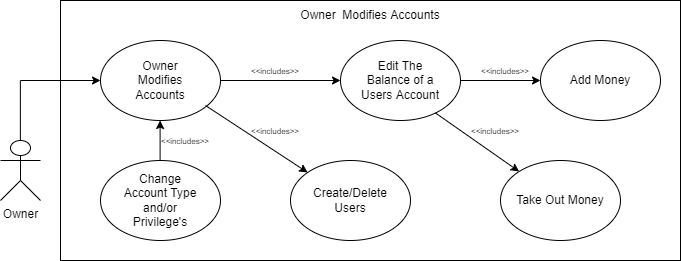
Above: documentation/diagrams/OwnerModifiesAccounts.png in davevstorey/9-usu-cs3450-sp2022 (draw.io), before the change. Source tidied: cells renumbered, new cells last; positions are measured from the earlier drawing's top-left corner, leaving out a move shared by most shapes. Its diagram source:
```xml
<mxGraphModel>
  <root>
    <mxCell id="0" />
    <mxCell id="1" parent="0" />
    <mxCell id="2" value="Owner" style="shape=umlActor;verticalLabelPosition=bottom;verticalAlign=top;html=1;" parent="1" vertex="1">
      <mxGeometry y="140" width="40" height="60" as="geometry" />
    </mxCell>
    <mxCell id="3" style="endArrow=none;html=1;rounded=0;" parent="1" edge="1">
      <mxGeometry relative="1" as="geometry">
        <mxPoint x="19.9" y="140" as="sourcePoint" />
        <mxPoint x="19.9" y="80" as="targetPoint" />
      </mxGeometry>
    </mxCell>
    <mxCell id="4" style="endArrow=classic;html=1;rounded=0;" parent="1" edge="1">
      <mxGeometry relative="1" as="geometry">
        <mxPoint x="20" y="80" as="sourcePoint" />
        <mxPoint x="100" y="80" as="targetPoint" />
      </mxGeometry>
    </mxCell>
    <mxCell id="5" style="ellipse;whiteSpace=wrap;html=1;fillColor=none;" parent="1" vertex="1">
      <mxGeometry x="100" y="40" width="120" height="80" as="geometry" />
    </mxCell>
    <mxCell id="6" value="Owner Modifies Accounts" style="text;html=1;strokeColor=none;fillColor=none;align=center;verticalAlign=middle;whiteSpace=wrap;rounded=0;" parent="1" vertex="1">
      <mxGeometry x="130" y="65" width="60" height="30" as="geometry" />
    </mxCell>
    <mxCell id="7" style="ellipse;whiteSpace=wrap;html=1;fillColor=none;" parent="1" vertex="1">
      <mxGeometry x="100" y="160" width="120" height="80" as="geometry" />
    </mxCell>
    <mxCell id="8" value="Change Account Type and/or Privilege's" style="text;html=1;strokeColor=none;fillColor=none;align=center;verticalAlign=middle;whiteSpace=wrap;rounded=0;" parent="1" vertex="1">
      <mxGeometry x="115" y="185" width="90" height="30" as="geometry" />
    </mxCell>
    <mxCell id="9" style="ellipse;whiteSpace=wrap;html=1;fillColor=none;" parent="1" vertex="1">
      <mxGeometry x="290" y="160" width="120" height="80" as="geometry" />
    </mxCell>
    <mxCell id="10" value="Create/Delete Users" style="text;html=1;strokeColor=none;fillColor=none;align=center;verticalAlign=middle;whiteSpace=wrap;rounded=0;" parent="1" vertex="1">
      <mxGeometry x="305" y="180" width="90" height="40" as="geometry" />
    </mxCell>
    <mxCell id="11" style="ellipse;whiteSpace=wrap;html=1;fillColor=none;" parent="1" vertex="1">
      <mxGeometry x="540" y="40" width="120" height="80" as="geometry" />
    </mxCell>
    <mxCell id="12" style="ellipse;whiteSpace=wrap;html=1;fillColor=none;" parent="1" vertex="1">
      <mxGeometry x="340" y="40" width="120" height="80" as="geometry" />
    </mxCell>
    <mxCell id="13" value="Add Money" style="text;html=1;strokeColor=none;fillColor=none;align=center;verticalAlign=middle;whiteSpace=wrap;rounded=0;" parent="1" vertex="1">
      <mxGeometry x="555" y="55" width="90" height="50" as="geometry" />
    </mxCell>
    <mxCell id="14" value="Edit The Balance of a Users Account" style="text;html=1;strokeColor=none;fillColor=none;align=center;verticalAlign=middle;whiteSpace=wrap;rounded=0;" parent="1" vertex="1">
      <mxGeometry x="355" y="55" width="90" height="50" as="geometry" />
    </mxCell>
    <mxCell id="15" style="endArrow=classic;html=1;rounded=0;jumpStyle=none;" parent="1" edge="1">
      <mxGeometry relative="1" as="geometry">
        <mxPoint x="159.6" y="160" as="sourcePoint" />
        <mxPoint x="159.6" y="120" as="targetPoint" />
      </mxGeometry>
    </mxCell>
    <mxCell id="16" style="endArrow=classic;html=1;rounded=0;exitX=1;exitY=0.5;exitDx=0;exitDy=0;" parent="1" edge="1" source="5" target="12">
      <mxGeometry relative="1" as="geometry" />
    </mxCell>
    <mxCell id="17" value="&lt;font style=&quot;font-size: 8px&quot;&gt;&amp;lt;&amp;lt;includes&amp;gt;&amp;gt;&lt;/font&gt;" style="text;html=1;strokeColor=none;fillColor=none;align=center;verticalAlign=middle;whiteSpace=wrap;rounded=0;" parent="1" vertex="1">
      <mxGeometry x="150" y="130" width="70" height="20" as="geometry" />
    </mxCell>
    <mxCell id="18" value="&lt;font style=&quot;font-size: 8px&quot;&gt;&amp;lt;&amp;lt;includes&amp;gt;&amp;gt;&lt;/font&gt;" style="text;html=1;strokeColor=none;fillColor=none;align=center;verticalAlign=middle;whiteSpace=wrap;rounded=0;" parent="1" vertex="1">
      <mxGeometry x="240" y="60" width="70" height="20" as="geometry" />
    </mxCell>
    <mxCell id="19" style="endArrow=classic;html=1;rounded=0;fontSize=8;jumpStyle=none;" parent="1" edge="1" target="9">
      <mxGeometry relative="1" as="geometry">
        <mxPoint x="205" y="105" as="sourcePoint" />
      </mxGeometry>
    </mxCell>
    <mxCell id="20" value="&lt;font style=&quot;font-size: 8px&quot;&gt;&amp;lt;&amp;lt;includes&amp;gt;&amp;gt;&lt;/font&gt;" style="text;html=1;strokeColor=none;fillColor=none;align=center;verticalAlign=middle;whiteSpace=wrap;rounded=0;" parent="1" vertex="1">
      <mxGeometry x="240" y="120" width="70" height="20" as="geometry" />
    </mxCell>
    <mxCell id="21" style="ellipse;whiteSpace=wrap;html=1;fillColor=none;" parent="1" vertex="1">
      <mxGeometry x="500" y="160" width="120" height="80" as="geometry" />
    </mxCell>
    <mxCell id="22" value="Take Out Money" style="text;html=1;strokeColor=none;fillColor=none;align=center;verticalAlign=middle;whiteSpace=wrap;rounded=0;" parent="1" vertex="1">
      <mxGeometry x="515" y="175" width="90" height="50" as="geometry" />
    </mxCell>
    <mxCell id="23" style="endArrow=classic;html=1;rounded=0;fontSize=8;jumpStyle=none;" parent="1" edge="1" target="21">
      <mxGeometry relative="1" as="geometry">
        <mxPoint x="435" y="112.5" as="sourcePoint" />
      </mxGeometry>
    </mxCell>
    <mxCell id="24" style="endArrow=classic;html=1;rounded=0;exitX=1;exitY=0.5;exitDx=0;exitDy=0;entryX=0;entryY=0.5;entryDx=0;entryDy=0;" parent="1" edge="1" target="11">
      <mxGeometry relative="1" as="geometry">
        <mxPoint x="460" y="80" as="sourcePoint" />
      </mxGeometry>
    </mxCell>
    <mxCell id="25" value="&lt;font style=&quot;font-size: 8px&quot;&gt;&amp;lt;&amp;lt;includes&amp;gt;&amp;gt;&lt;/font&gt;" style="text;html=1;strokeColor=none;fillColor=none;align=center;verticalAlign=middle;whiteSpace=wrap;rounded=0;" parent="1" vertex="1">
      <mxGeometry x="470" y="60" width="70" height="20" as="geometry" />
    </mxCell>
    <mxCell id="26" value="&lt;font style=&quot;font-size: 8px&quot;&gt;&amp;lt;&amp;lt;includes&amp;gt;&amp;gt;&lt;/font&gt;" style="text;html=1;strokeColor=none;fillColor=none;align=center;verticalAlign=middle;whiteSpace=wrap;rounded=0;" parent="1" vertex="1">
      <mxGeometry x="460" y="120" width="70" height="20" as="geometry" />
    </mxCell>
    <mxCell id="27" style="rounded=0;whiteSpace=wrap;html=1;fontSize=8;fillColor=none;" parent="1" vertex="1">
      <mxGeometry x="60" width="620" height="260" as="geometry" />
    </mxCell>
    <mxCell id="28" value="&lt;font style=&quot;font-size: 12px&quot;&gt;Owner&amp;nbsp; Modifies Accounts&lt;/font&gt;" style="text;html=1;strokeColor=none;fillColor=none;align=center;verticalAlign=middle;whiteSpace=wrap;rounded=0;fontSize=8;" parent="1" vertex="1">
      <mxGeometry x="295" width="150" height="30" as="geometry" />
    </mxCell>
  </root>
</mxGraphModel>
```
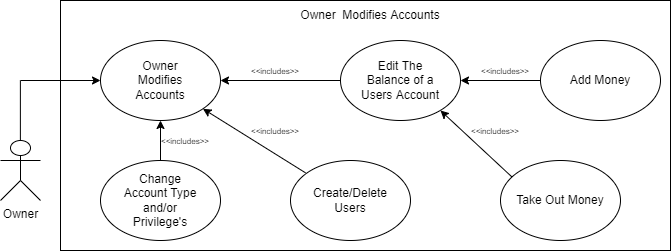
After the commit.

Commit message:
OwnerModifiesAccounts diagram

Diff of the diagram source:
```diff
@@ -47,13 +47,10 @@
     <mxCell id="14" value="Edit The Balance of a Users Account" style="text;html=1;strokeColor=none;fillColor=none;align=center;verticalAlign=middle;whiteSpace=wrap;rounded=0;" parent="1" vertex="1">
       <mxGeometry x="355" y="55" width="90" height="50" as="geometry" />
     </mxCell>
-    <mxCell id="15" style="endArrow=classic;html=1;rounded=0;jumpStyle=none;" parent="1" edge="1">
-      <mxGeometry relative="1" as="geometry">
-        <mxPoint x="159.6" y="160" as="sourcePoint" />
-        <mxPoint x="159.6" y="120" as="targetPoint" />
-      </mxGeometry>
+    <mxCell id="15" style="endArrow=classic;html=1;rounded=0;jumpStyle=none;exitX=0.5;exitY=0;exitDx=0;exitDy=0;entryX=0.5;entryY=1;entryDx=0;entryDy=0;" parent="1" edge="1" source="7" target="5">
+      <mxGeometry relative="1" as="geometry" />
     </mxCell>
-    <mxCell id="16" style="endArrow=classic;html=1;rounded=0;exitX=1;exitY=0.5;exitDx=0;exitDy=0;" parent="1" edge="1" source="5" target="12">
+    <mxCell id="16" style="endArrow=classic;html=1;rounded=0;exitX=0;exitY=0.5;exitDx=0;exitDy=0;entryX=1;entryY=0.5;entryDx=0;entryDy=0;" parent="1" edge="1" source="12" target="5">
       <mxGeometry relative="1" as="geometry" />
     </mxCell>
     <mxCell id="17" value="&lt;font style=&quot;font-size: 8px&quot;&gt;&amp;lt;&amp;lt;includes&amp;gt;&amp;gt;&lt;/font&gt;" style="text;html=1;strokeColor=none;fillColor=none;align=center;verticalAlign=middle;whiteSpace=wrap;rounded=0;" parent="1" vertex="1">
@@ -62,10 +59,8 @@
     <mxCell id="18" value="&lt;font style=&quot;font-size: 8px&quot;&gt;&amp;lt;&amp;lt;includes&amp;gt;&amp;gt;&lt;/font&gt;" style="text;html=1;strokeColor=none;fillColor=none;align=center;verticalAlign=middle;whiteSpace=wrap;rounded=0;" parent="1" vertex="1">
       <mxGeometry x="240" y="60" width="70" height="20" as="geometry" />
     </mxCell>
-    <mxCell id="19" style="endArrow=classic;html=1;rounded=0;fontSize=8;jumpStyle=none;" parent="1" edge="1" target="9">
-      <mxGeometry relative="1" as="geometry">
-        <mxPoint x="205" y="105" as="sourcePoint" />
-      </mxGeometry>
+    <mxCell id="19" style="endArrow=classic;html=1;rounded=0;fontSize=8;jumpStyle=none;entryX=1;entryY=1;entryDx=0;entryDy=0;exitX=0.125;exitY=0.154;exitDx=0;exitDy=0;exitPerimeter=0;" parent="1" edge="1" source="9" target="5">
+      <mxGeometry relative="1" as="geometry" />
     </mxCell>
     <mxCell id="20" value="&lt;font style=&quot;font-size: 8px&quot;&gt;&amp;lt;&amp;lt;includes&amp;gt;&amp;gt;&lt;/font&gt;" style="text;html=1;strokeColor=none;fillColor=none;align=center;verticalAlign=middle;whiteSpace=wrap;rounded=0;" parent="1" vertex="1">
       <mxGeometry x="240" y="120" width="70" height="20" as="geometry" />
@@ -76,15 +71,11 @@
     <mxCell id="22" value="Take Out Money" style="text;html=1;strokeColor=none;fillColor=none;align=center;verticalAlign=middle;whiteSpace=wrap;rounded=0;" parent="1" vertex="1">
       <mxGeometry x="515" y="175" width="90" height="50" as="geometry" />
     </mxCell>
-    <mxCell id="23" style="endArrow=classic;html=1;rounded=0;fontSize=8;jumpStyle=none;" parent="1" edge="1" target="21">
-      <mxGeometry relative="1" as="geometry">
-        <mxPoint x="435" y="112.5" as="sourcePoint" />
-      </mxGeometry>
+    <mxCell id="23" style="endArrow=classic;html=1;rounded=0;fontSize=8;jumpStyle=none;entryX=0.833;entryY=0.875;entryDx=0;entryDy=0;entryPerimeter=0;exitX=0.097;exitY=0.208;exitDx=0;exitDy=0;exitPerimeter=0;" parent="1" edge="1" source="21" target="12">
+      <mxGeometry relative="1" as="geometry" />
     </mxCell>
-    <mxCell id="24" style="endArrow=classic;html=1;rounded=0;exitX=1;exitY=0.5;exitDx=0;exitDy=0;entryX=0;entryY=0.5;entryDx=0;entryDy=0;" parent="1" edge="1" target="11">
-      <mxGeometry relative="1" as="geometry">
-        <mxPoint x="460" y="80" as="sourcePoint" />
-      </mxGeometry>
+    <mxCell id="24" style="endArrow=classic;html=1;rounded=0;exitX=1;exitY=1;exitDx=0;exitDy=0;entryX=1;entryY=0.5;entryDx=0;entryDy=0;" parent="1" edge="1" source="25" target="12">
+      <mxGeometry relative="1" as="geometry" />
     </mxCell>
     <mxCell id="25" value="&lt;font style=&quot;font-size: 8px&quot;&gt;&amp;lt;&amp;lt;includes&amp;gt;&amp;gt;&lt;/font&gt;" style="text;html=1;strokeColor=none;fillColor=none;align=center;verticalAlign=middle;whiteSpace=wrap;rounded=0;" parent="1" vertex="1">
       <mxGeometry x="470" y="60" width="70" height="20" as="geometry" />
@@ -92,11 +83,11 @@
     <mxCell id="26" value="&lt;font style=&quot;font-size: 8px&quot;&gt;&amp;lt;&amp;lt;includes&amp;gt;&amp;gt;&lt;/font&gt;" style="text;html=1;strokeColor=none;fillColor=none;align=center;verticalAlign=middle;whiteSpace=wrap;rounded=0;" parent="1" vertex="1">
       <mxGeometry x="460" y="120" width="70" height="20" as="geometry" />
     </mxCell>
-    <mxCell id="27" style="rounded=0;whiteSpace=wrap;html=1;fontSize=8;fillColor=none;" parent="1" vertex="1">
-      <mxGeometry x="60" width="620" height="260" as="geometry" />
-    </mxCell>
     <mxCell id="28" value="&lt;font style=&quot;font-size: 12px&quot;&gt;Owner&amp;nbsp; Modifies Accounts&lt;/font&gt;" style="text;html=1;strokeColor=none;fillColor=none;align=center;verticalAlign=middle;whiteSpace=wrap;rounded=0;fontSize=8;" parent="1" vertex="1">
       <mxGeometry x="295" width="150" height="30" as="geometry" />
     </mxCell>
+    <mxCell id="29" style="rounded=0;whiteSpace=wrap;html=1;fillColor=none;" parent="1" vertex="1">
+      <mxGeometry x="60" width="610" height="250" as="geometry" />
+    </mxCell>
   </root>
 </mxGraphModel>
```
